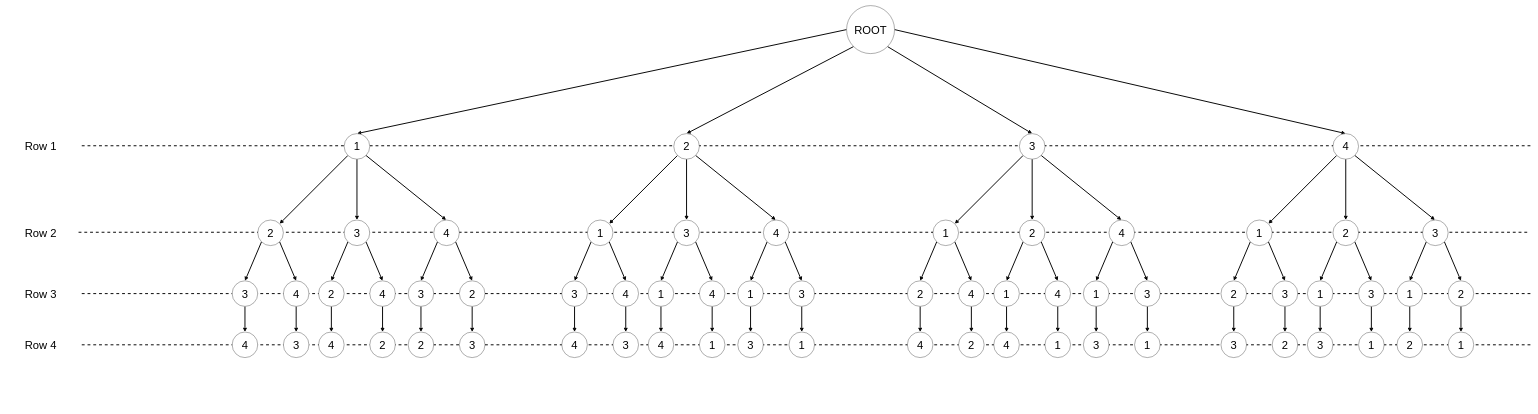
Earlier version of the draw.io diagram Untitled Diagram.drawio (JAIDHEER007/Random-Programs). Source tidied: cells renumbered, new cells numbered last; positions are measured from the earlier drawing's top-left corner, leaving out a move shared by most shapes. Both pictures are drawn from the tidied source at 32%, with x=0, y=0 at pixel (5, 5).
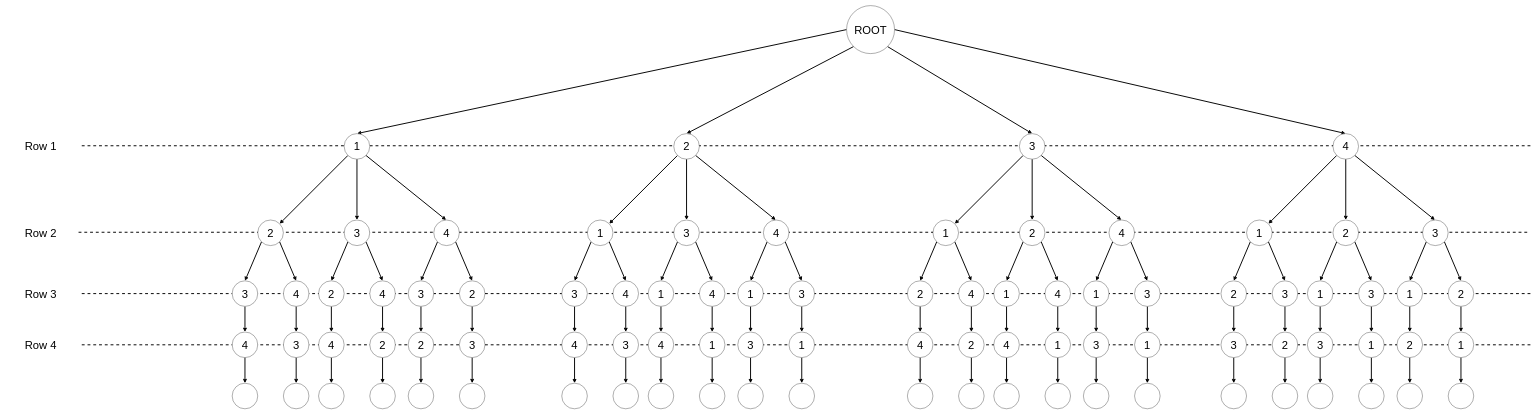
After the change.

The change refers to these unchanged cells:
```xml
<mxCell id="114" value="4" style="ellipse;whiteSpace=wrap;html=1;fontSize=35;fontStyle=0;" parent="1" vertex="1">
  <mxGeometry x="708" y="1020" width="80" height="80" as="geometry" />
</mxCell>
<mxCell id="115" value="3" style="ellipse;whiteSpace=wrap;html=1;fontSize=35;fontStyle=0;" parent="1" vertex="1">
  <mxGeometry x="868" y="1020" width="80" height="80" as="geometry" />
</mxCell>
<mxCell id="116" value="4" style="ellipse;whiteSpace=wrap;html=1;fontSize=35;fontStyle=0;" parent="1" vertex="1">
  <mxGeometry x="978" y="1020" width="80" height="80" as="geometry" />
</mxCell>
<mxCell id="117" value="2" style="ellipse;whiteSpace=wrap;html=1;fontSize=35;fontStyle=0;" parent="1" vertex="1">
  <mxGeometry x="1138" y="1020" width="80" height="80" as="geometry" />
</mxCell>
<mxCell id="118" value="2" style="ellipse;whiteSpace=wrap;html=1;fontSize=35;fontStyle=0;" parent="1" vertex="1">
  <mxGeometry x="1258" y="1020" width="80" height="80" as="geometry" />
</mxCell>
<mxCell id="119" value="3" style="ellipse;whiteSpace=wrap;html=1;fontSize=35;fontStyle=0;" parent="1" vertex="1">
  <mxGeometry x="1418" y="1020" width="80" height="80" as="geometry" />
</mxCell>
<mxCell id="120" value="4" style="ellipse;whiteSpace=wrap;html=1;fontSize=35;fontStyle=0;" parent="1" vertex="1">
  <mxGeometry x="1738" y="1020" width="80" height="80" as="geometry" />
</mxCell>
<mxCell id="121" value="3" style="ellipse;whiteSpace=wrap;html=1;fontSize=35;fontStyle=0;" parent="1" vertex="1">
  <mxGeometry x="1898" y="1020" width="80" height="80" as="geometry" />
</mxCell>
<mxCell id="122" value="4" style="ellipse;whiteSpace=wrap;html=1;fontSize=35;fontStyle=0;" parent="1" vertex="1">
  <mxGeometry x="2008" y="1020" width="80" height="80" as="geometry" />
</mxCell>
<mxCell id="123" value="1" style="ellipse;whiteSpace=wrap;html=1;fontSize=35;fontStyle=0;" parent="1" vertex="1">
  <mxGeometry x="2168" y="1020" width="80" height="80" as="geometry" />
</mxCell>
<mxCell id="124" value="3" style="ellipse;whiteSpace=wrap;html=1;fontSize=35;fontStyle=0;" parent="1" vertex="1">
  <mxGeometry x="2288" y="1020" width="80" height="80" as="geometry" />
</mxCell>
<mxCell id="125" value="1" style="ellipse;whiteSpace=wrap;html=1;fontSize=35;fontStyle=0;" parent="1" vertex="1">
  <mxGeometry x="2448" y="1020" width="80" height="80" as="geometry" />
</mxCell>
<mxCell id="126" value="4" style="ellipse;whiteSpace=wrap;html=1;fontSize=35;fontStyle=0;" parent="1" vertex="1">
  <mxGeometry x="2818" y="1020" width="80" height="80" as="geometry" />
</mxCell>
<mxCell id="127" value="2" style="ellipse;whiteSpace=wrap;html=1;fontSize=35;fontStyle=0;" parent="1" vertex="1">
  <mxGeometry x="2978" y="1020" width="80" height="80" as="geometry" />
</mxCell>
<mxCell id="128" value="4" style="ellipse;whiteSpace=wrap;html=1;fontSize=35;fontStyle=0;" parent="1" vertex="1">
  <mxGeometry x="3088" y="1020" width="80" height="80" as="geometry" />
</mxCell>
<mxCell id="129" value="1" style="ellipse;whiteSpace=wrap;html=1;fontSize=35;fontStyle=0;" parent="1" vertex="1">
  <mxGeometry x="3248" y="1020" width="80" height="80" as="geometry" />
</mxCell>
<mxCell id="130" value="3" style="ellipse;whiteSpace=wrap;html=1;fontSize=35;fontStyle=0;" parent="1" vertex="1">
  <mxGeometry x="3368" y="1020" width="80" height="80" as="geometry" />
</mxCell>
<mxCell id="131" value="1" style="ellipse;whiteSpace=wrap;html=1;fontSize=35;fontStyle=0;" parent="1" vertex="1">
  <mxGeometry x="3528" y="1020" width="80" height="80" as="geometry" />
</mxCell>
<mxCell id="132" value="3" style="ellipse;whiteSpace=wrap;html=1;fontSize=35;fontStyle=0;" parent="1" vertex="1">
  <mxGeometry x="3798" y="1020" width="80" height="80" as="geometry" />
</mxCell>
<mxCell id="133" value="2" style="ellipse;whiteSpace=wrap;html=1;fontSize=35;fontStyle=0;" parent="1" vertex="1">
  <mxGeometry x="3958" y="1020" width="80" height="80" as="geometry" />
</mxCell>
<mxCell id="134" value="3" style="ellipse;whiteSpace=wrap;html=1;fontSize=35;fontStyle=0;" parent="1" vertex="1">
  <mxGeometry x="4068" y="1020" width="80" height="80" as="geometry" />
</mxCell>
<mxCell id="135" value="1" style="ellipse;whiteSpace=wrap;html=1;fontSize=35;fontStyle=0;" parent="1" vertex="1">
  <mxGeometry x="4228" y="1020" width="80" height="80" as="geometry" />
</mxCell>
<mxCell id="136" value="2" style="ellipse;whiteSpace=wrap;html=1;fontSize=35;fontStyle=0;" parent="1" vertex="1">
  <mxGeometry x="4348" y="1020" width="80" height="80" as="geometry" />
</mxCell>
<mxCell id="137" value="1" style="ellipse;whiteSpace=wrap;html=1;fontSize=35;fontStyle=0;" parent="1" vertex="1">
  <mxGeometry x="4508" y="1020" width="80" height="80" as="geometry" />
</mxCell>
```

The edit, as a diff of the source:
```diff
@@
+    <mxCell id="142" style="edgeStyle=orthogonalEdgeStyle;rounded=0;sketch=0;jumpStyle=none;jettySize=auto;html=1;fontSize=35;strokeColor=#000000;strokeWidth=3;" parent="1" edge="1" source="114" target="166">
+      <mxGeometry relative="1" as="geometry" />
+    </mxCell>
@@
+    <mxCell id="143" style="edgeStyle=orthogonalEdgeStyle;rounded=0;sketch=0;jumpStyle=none;jettySize=auto;html=1;fontSize=35;strokeColor=#000000;strokeWidth=3;" parent="1" edge="1" source="115" target="167">
+      <mxGeometry relative="1" as="geometry" />
+    </mxCell>
@@
+    <mxCell id="144" style="edgeStyle=orthogonalEdgeStyle;rounded=0;sketch=0;jumpStyle=none;jettySize=auto;html=1;fontSize=35;strokeColor=#000000;strokeWidth=3;" parent="1" edge="1" source="116" target="168">
+      <mxGeometry relative="1" as="geometry" />
+    </mxCell>
@@
+    <mxCell id="145" style="edgeStyle=orthogonalEdgeStyle;rounded=0;sketch=0;jumpStyle=none;jettySize=auto;html=1;fontSize=35;strokeColor=#000000;strokeWidth=3;" parent="1" edge="1" source="117" target="169">
+      <mxGeometry relative="1" as="geometry" />
+    </mxCell>
@@
+    <mxCell id="146" style="edgeStyle=orthogonalEdgeStyle;rounded=0;sketch=0;jumpStyle=none;jettySize=auto;html=1;fontSize=35;strokeColor=#000000;strokeWidth=3;" parent="1" edge="1" source="118" target="170">
+      <mxGeometry relative="1" as="geometry" />
+    </mxCell>
@@
+    <mxCell id="147" style="edgeStyle=orthogonalEdgeStyle;rounded=0;sketch=0;jumpStyle=none;jettySize=auto;html=1;fontSize=35;strokeColor=#000000;strokeWidth=3;" parent="1" edge="1" source="119" target="171">
+      <mxGeometry relative="1" as="geometry" />
+    </mxCell>
@@
+    <mxCell id="148" style="edgeStyle=orthogonalEdgeStyle;rounded=0;sketch=0;jumpStyle=none;jettySize=auto;html=1;fontSize=35;strokeColor=#000000;strokeWidth=3;" parent="1" edge="1" source="120" target="172">
+      <mxGeometry relative="1" as="geometry" />
+    </mxCell>
@@
+    <mxCell id="149" style="edgeStyle=orthogonalEdgeStyle;rounded=0;sketch=0;jumpStyle=none;jettySize=auto;html=1;fontSize=35;strokeColor=#000000;strokeWidth=3;" parent="1" edge="1" source="121" target="173">
+      <mxGeometry relative="1" as="geometry" />
+    </mxCell>
@@
+    <mxCell id="150" style="edgeStyle=orthogonalEdgeStyle;rounded=0;sketch=0;jumpStyle=none;jettySize=auto;html=1;fontSize=35;strokeColor=#000000;strokeWidth=3;" parent="1" edge="1" source="122" target="174">
+      <mxGeometry relative="1" as="geometry" />
+    </mxCell>
@@
+    <mxCell id="151" style="edgeStyle=orthogonalEdgeStyle;rounded=0;sketch=0;jumpStyle=none;jettySize=auto;html=1;fontSize=35;strokeColor=#000000;strokeWidth=3;" parent="1" edge="1" source="123" target="175">
+      <mxGeometry relative="1" as="geometry" />
+    </mxCell>
@@
+    <mxCell id="152" style="edgeStyle=orthogonalEdgeStyle;rounded=0;sketch=0;jumpStyle=none;jettySize=auto;html=1;fontSize=35;strokeColor=#000000;strokeWidth=3;" parent="1" edge="1" source="124" target="176">
+      <mxGeometry relative="1" as="geometry" />
+    </mxCell>
@@
+    <mxCell id="153" style="edgeStyle=orthogonalEdgeStyle;rounded=0;sketch=0;jumpStyle=none;jettySize=auto;html=1;fontSize=35;strokeColor=#000000;strokeWidth=3;" parent="1" edge="1" source="125" target="177">
+      <mxGeometry relative="1" as="geometry" />
+    </mxCell>
@@
+    <mxCell id="154" style="edgeStyle=orthogonalEdgeStyle;rounded=0;sketch=0;jumpStyle=none;jettySize=auto;html=1;fontSize=35;strokeColor=#000000;strokeWidth=3;" parent="1" edge="1" source="126" target="178">
+      <mxGeometry relative="1" as="geometry" />
+    </mxCell>
@@
+    <mxCell id="155" style="edgeStyle=orthogonalEdgeStyle;rounded=0;sketch=0;jumpStyle=none;jettySize=auto;html=1;fontSize=35;strokeColor=#000000;strokeWidth=3;" parent="1" edge="1" source="127" target="179">
+      <mxGeometry relative="1" as="geometry" />
+    </mxCell>
@@
+    <mxCell id="156" style="edgeStyle=orthogonalEdgeStyle;rounded=0;sketch=0;jumpStyle=none;jettySize=auto;html=1;fontSize=35;strokeColor=#000000;strokeWidth=3;" parent="1" edge="1" source="128" target="180">
+      <mxGeometry relative="1" as="geometry" />
+    </mxCell>
@@
+    <mxCell id="157" style="edgeStyle=orthogonalEdgeStyle;rounded=0;sketch=0;jumpStyle=none;jettySize=auto;html=1;fontSize=35;strokeColor=#000000;strokeWidth=3;" parent="1" edge="1" source="129" target="181">
+      <mxGeometry relative="1" as="geometry" />
+    </mxCell>
@@
+    <mxCell id="158" style="edgeStyle=orthogonalEdgeStyle;rounded=0;sketch=0;jumpStyle=none;jettySize=auto;html=1;fontSize=35;strokeColor=#000000;strokeWidth=3;" parent="1" edge="1" source="130" target="182">
+      <mxGeometry relative="1" as="geometry" />
+    </mxCell>
@@
+    <mxCell id="159" style="edgeStyle=orthogonalEdgeStyle;rounded=0;sketch=0;jumpStyle=none;jettySize=auto;html=1;fontSize=35;strokeColor=#000000;strokeWidth=3;" parent="1" edge="1" source="131" target="183">
+      <mxGeometry relative="1" as="geometry" />
+    </mxCell>
@@
+    <mxCell id="160" style="edgeStyle=orthogonalEdgeStyle;rounded=0;sketch=0;jumpStyle=none;jettySize=auto;html=1;fontSize=35;strokeColor=#000000;strokeWidth=3;" parent="1" edge="1" source="132" target="184">
+      <mxGeometry relative="1" as="geometry" />
+    </mxCell>
@@
+    <mxCell id="161" style="edgeStyle=orthogonalEdgeStyle;rounded=0;sketch=0;jumpStyle=none;jettySize=auto;html=1;fontSize=35;strokeColor=#000000;strokeWidth=3;" parent="1" edge="1" source="133" target="185">
+      <mxGeometry relative="1" as="geometry" />
+    </mxCell>
@@
+    <mxCell id="162" style="edgeStyle=orthogonalEdgeStyle;rounded=0;sketch=0;jumpStyle=none;jettySize=auto;html=1;fontSize=35;strokeColor=#000000;strokeWidth=3;" parent="1" edge="1" source="134" target="186">
+      <mxGeometry relative="1" as="geometry" />
+    </mxCell>
@@
+    <mxCell id="163" style="edgeStyle=orthogonalEdgeStyle;rounded=0;sketch=0;jumpStyle=none;jettySize=auto;html=1;fontSize=35;strokeColor=#000000;strokeWidth=3;" parent="1" edge="1" source="135" target="187">
+      <mxGeometry relative="1" as="geometry" />
+    </mxCell>
@@
+    <mxCell id="164" style="edgeStyle=orthogonalEdgeStyle;rounded=0;sketch=0;jumpStyle=none;jettySize=auto;html=1;fontSize=35;strokeColor=#000000;strokeWidth=3;" parent="1" edge="1" source="136" target="188">
+      <mxGeometry relative="1" as="geometry" />
+    </mxCell>
@@
+    <mxCell id="165" style="edgeStyle=orthogonalEdgeStyle;rounded=0;sketch=0;jumpStyle=none;jettySize=auto;html=1;fontSize=35;strokeColor=#000000;strokeWidth=3;" parent="1" edge="1" source="137" target="189">
+      <mxGeometry relative="1" as="geometry" />
+    </mxCell>
@@
+    <mxCell id="166" style="ellipse;whiteSpace=wrap;html=1;fontSize=35;fontStyle=0;" parent="1" vertex="1">
+      <mxGeometry x="708" y="1180" width="80" height="80" as="geometry" />
+    </mxCell>
+    <mxCell id="167" style="ellipse;whiteSpace=wrap;html=1;fontSize=35;fontStyle=0;" parent="1" vertex="1">
+      <mxGeometry x="868" y="1180" width="80" height="80" as="geometry" />
+    </mxCell>
+    <mxCell id="168" style="ellipse;whiteSpace=wrap;html=1;fontSize=35;fontStyle=0;" parent="1" vertex="1">
+      <mxGeometry x="978" y="1180" width="80" height="80" as="geometry" />
+    </mxCell>
+    <mxCell id="169" style="ellipse;whiteSpace=wrap;html=1;fontSize=35;fontStyle=0;" parent="1" vertex="1">
+      <mxGeometry x="1138" y="1180" width="80" height="80" as="geometry" />
+    </mxCell>
+    <mxCell id="170" style="ellipse;whiteSpace=wrap;html=1;fontSize=35;fontStyle=0;" parent="1" vertex="1">
+      <mxGeometry x="1258" y="1180" width="80" height="80" as="geometry" />
+    </mxCell>
+    <mxCell id="171" style="ellipse;whiteSpace=wrap;html=1;fontSize=35;fontStyle=0;" parent="1" vertex="1">
+      <mxGeometry x="1418" y="1180" width="80" height="80" as="geometry" />
+    </mxCell>
+    <mxCell id="172" style="ellipse;whiteSpace=wrap;html=1;fontSize=35;fontStyle=0;" parent="1" vertex="1">
+      <mxGeometry x="1738" y="1180" width="80" height="80" as="geometry" />
+    </mxCell>
+    <mxCell id="173" style="ellipse;whiteSpace=wrap;html=1;fontSize=35;fontStyle=0;" parent="1" vertex="1">
+      <mxGeometry x="1898" y="1180" width="80" height="80" as="geometry" />
+    </mxCell>
+    <mxCell id="174" style="ellipse;whiteSpace=wrap;html=1;fontSize=35;fontStyle=0;" parent="1" vertex="1">
+      <mxGeometry x="2008" y="1180" width="80" height="80" as="geometry" />
+    </mxCell>
+    <mxCell id="175" style="ellipse;whiteSpace=wrap;html=1;fontSize=35;fontStyle=0;" parent="1" vertex="1">
+      <mxGeometry x="2168" y="1180" width="80" height="80" as="geometry" />
+    </mxCell>
+    <mxCell id="176" style="ellipse;whiteSpace=wrap;html=1;fontSize=35;fontStyle=0;" parent="1" vertex="1">
+      <mxGeometry x="2288" y="1180" width="80" height="80" as="geometry" />
+    </mxCell>
+    <mxCell id="177" style="ellipse;whiteSpace=wrap;html=1;fontSize=35;fontStyle=0;" parent="1" vertex="1">
+      <mxGeometry x="2448" y="1180" width="80" height="80" as="geometry" />
+    </mxCell>
+    <mxCell id="178" style="ellipse;whiteSpace=wrap;html=1;fontSize=35;fontStyle=0;" parent="1" vertex="1">
+      <mxGeometry x="2818" y="1180" width="80" height="80" as="geometry" />
+    </mxCell>
+    <mxCell id="179" style="ellipse;whiteSpace=wrap;html=1;fontSize=35;fontStyle=0;" parent="1" vertex="1">
+      <mxGeometry x="2978" y="1180" width="80" height="80" as="geometry" />
+    </mxCell>
+    <mxCell id="180" style="ellipse;whiteSpace=wrap;html=1;fontSize=35;fontStyle=0;" parent="1" vertex="1">
+      <mxGeometry x="3088" y="1180" width="80" height="80" as="geometry" />
+    </mxCell>
+    <mxCell id="181" style="ellipse;whiteSpace=wrap;html=1;fontSize=35;fontStyle=0;" parent="1" vertex="1">
+      <mxGeometry x="3248" y="1180" width="80" height="80" as="geometry" />
+    </mxCell>
+    <mxCell id="182" style="ellipse;whiteSpace=wrap;html=1;fontSize=35;fontStyle=0;" parent="1" vertex="1">
+      <mxGeometry x="3368" y="1180" width="80" height="80" as="geometry" />
+    </mxCell>
+    <mxCell id="183" style="ellipse;whiteSpace=wrap;html=1;fontSize=35;fontStyle=0;" parent="1" vertex="1">
+      <mxGeometry x="3528" y="1180" width="80" height="80" as="geometry" />
+    </mxCell>
+    <mxCell id="184" style="ellipse;whiteSpace=wrap;html=1;fontSize=35;fontStyle=0;" parent="1" vertex="1">
+      <mxGeometry x="3798" y="1180" width="80" height="80" as="geometry" />
+    </mxCell>
+    <mxCell id="185" style="ellipse;whiteSpace=wrap;html=1;fontSize=35;fontStyle=0;" parent="1" vertex="1">
+      <mxGeometry x="3958" y="1180" width="80" height="80" as="geometry" />
+    </mxCell>
+    <mxCell id="186" style="ellipse;whiteSpace=wrap;html=1;fontSize=35;fontStyle=0;" parent="1" vertex="1">
+      <mxGeometry x="4068" y="1180" width="80" height="80" as="geometry" />
+    </mxCell>
+    <mxCell id="187" style="ellipse;whiteSpace=wrap;html=1;fontSize=35;fontStyle=0;" parent="1" vertex="1">
+      <mxGeometry x="4228" y="1180" width="80" height="80" as="geometry" />
+    </mxCell>
+    <mxCell id="188" style="ellipse;whiteSpace=wrap;html=1;fontSize=35;fontStyle=0;" parent="1" vertex="1">
+      <mxGeometry x="4348" y="1180" width="80" height="80" as="geometry" />
+    </mxCell>
+    <mxCell id="189" style="ellipse;whiteSpace=wrap;html=1;fontSize=35;fontStyle=0;" parent="1" vertex="1">
+      <mxGeometry x="4508" y="1180" width="80" height="80" as="geometry" />
+    </mxCell>
```
